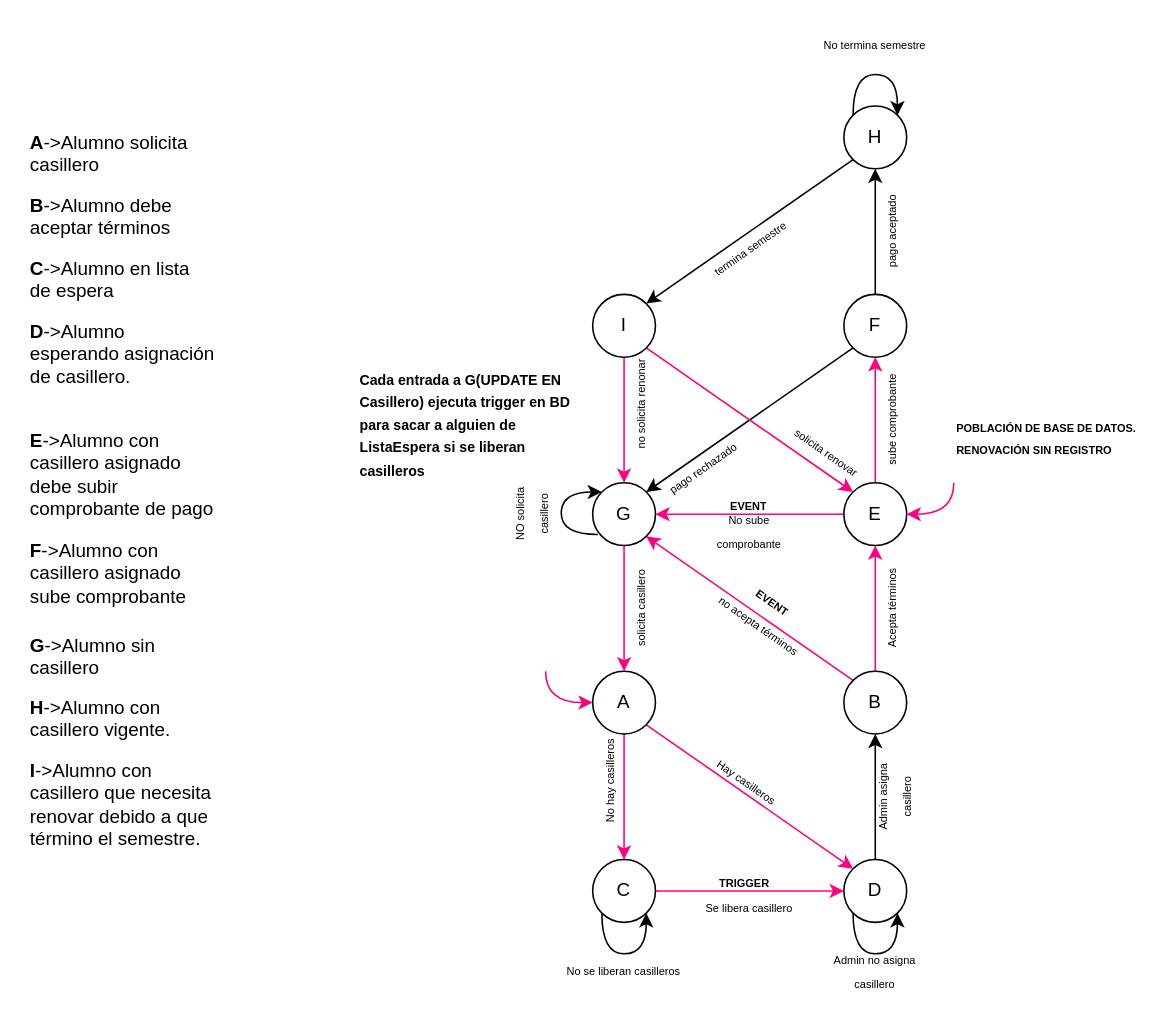
Earlier version of the draw.io diagram page "sistema-locker" (7 of 8) of db/diagramasBD.drawio (yaeef/Proyecto-locker). Source tidied: cells renumbered, new cells numbered last; positions are measured from the earlier drawing's top-left corner, leaving out a move shared by most shapes. Both pictures are drawn from the tidied source at 157%, with x=0, y=0 at pixel (27, 27).
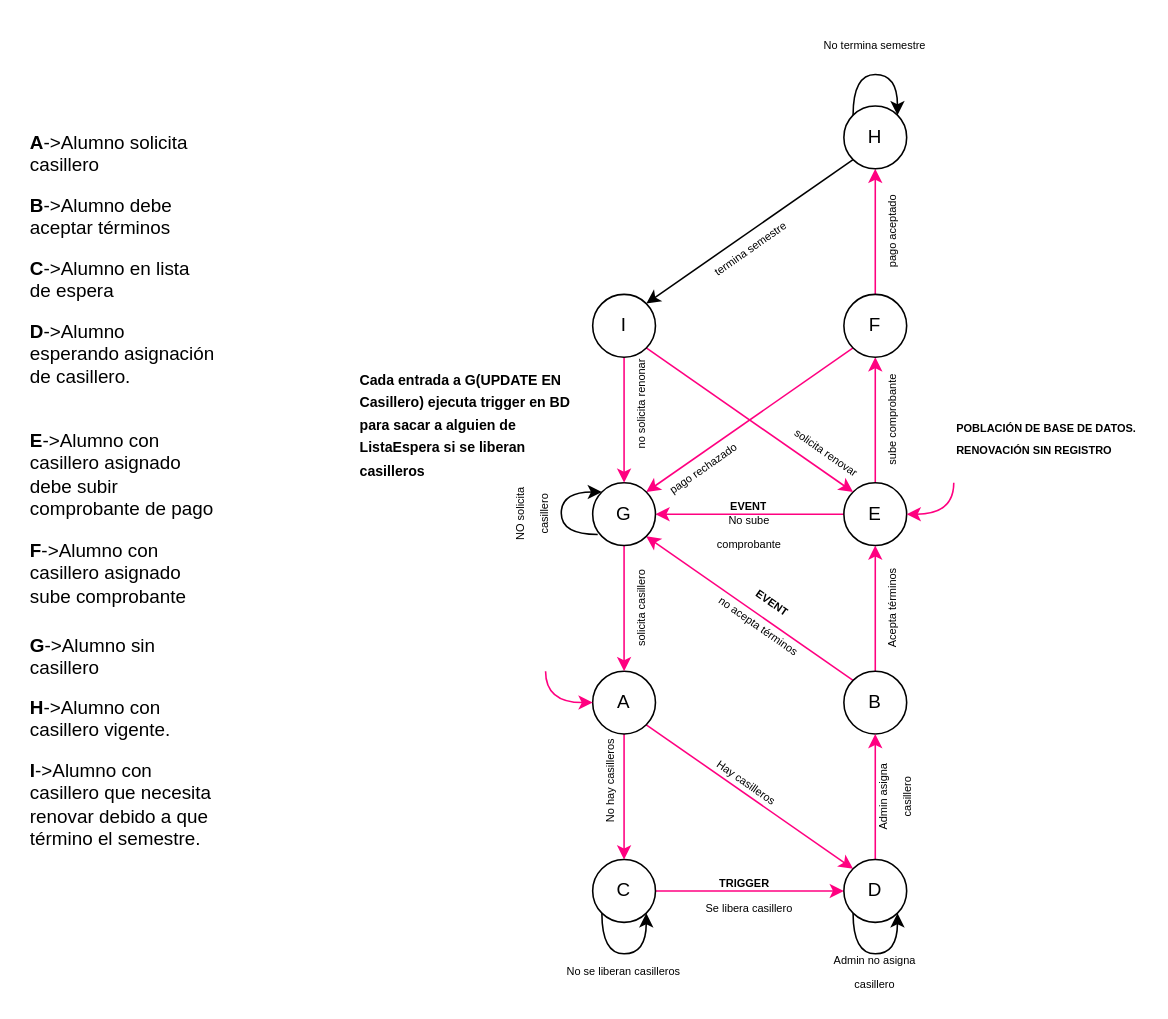
After the change.

Unchanged cells that the change refers to:
```xml
<mxCell id="7" value="B" style="ellipse;whiteSpace=wrap;html=1;" parent="1" vertex="1">
  <mxGeometry x="520" y="410" width="40" height="40" as="geometry" />
</mxCell>
<mxCell id="14" value="D" style="ellipse;whiteSpace=wrap;html=1;" parent="1" vertex="1">
  <mxGeometry x="520" y="530" width="40" height="40" as="geometry" />
</mxCell>
<mxCell id="22" value="F" style="ellipse;whiteSpace=wrap;html=1;" parent="1" vertex="1">
  <mxGeometry x="520" y="170" width="40" height="40" as="geometry" />
</mxCell>
<mxCell id="25" value="G" style="ellipse;whiteSpace=wrap;html=1;" parent="1" vertex="1">
  <mxGeometry x="360" y="290" width="40" height="40" as="geometry" />
</mxCell>
<mxCell id="28" value="H" style="ellipse;whiteSpace=wrap;html=1;" parent="1" vertex="1">
  <mxGeometry x="520" y="50" width="40" height="40" as="geometry" />
</mxCell>
```

What changed in the source:
```diff
@@
-    <mxCell id="13" style="edgeStyle=orthogonalEdgeStyle;rounded=0;jettySize=auto;html=1;exitX=0.5;exitY=0;exitDx=0;exitDy=0;entryX=0.5;entryY=1;entryDx=0;entryDy=0;" parent="1" edge="1" source="14" target="7">
+    <mxCell id="13" style="edgeStyle=orthogonalEdgeStyle;rounded=0;jettySize=auto;html=1;exitX=0.5;exitY=0;exitDx=0;exitDy=0;entryX=0.5;entryY=1;entryDx=0;entryDy=0;strokeColor=#FF0080;" parent="1" edge="1" source="14" target="7">
       <mxGeometry relative="1" as="geometry" />
     </mxCell>
@@
-    <mxCell id="20" style="rounded=0;jettySize=auto;html=1;exitX=0.5;exitY=0;exitDx=0;exitDy=0;entryX=0.5;entryY=1;entryDx=0;entryDy=0;" parent="1" edge="1" source="22" target="28">
+    <mxCell id="20" style="rounded=0;jettySize=auto;html=1;exitX=0.5;exitY=0;exitDx=0;exitDy=0;entryX=0.5;entryY=1;entryDx=0;entryDy=0;strokeColor=#FF0080;" parent="1" edge="1" source="22" target="28">
       <mxGeometry relative="1" as="geometry" />
     </mxCell>
-    <mxCell id="21" style="rounded=0;jettySize=auto;html=1;exitX=0;exitY=1;exitDx=0;exitDy=0;entryX=1;entryY=0;entryDx=0;entryDy=0;" parent="1" edge="1" source="22" target="25">
+    <mxCell id="21" style="rounded=0;jettySize=auto;html=1;exitX=0;exitY=1;exitDx=0;exitDy=0;entryX=1;entryY=0;entryDx=0;entryDy=0;strokeColor=#FF0080;" parent="1" edge="1" source="22" target="25">
       <mxGeometry relative="1" as="geometry" />
     </mxCell>
```
